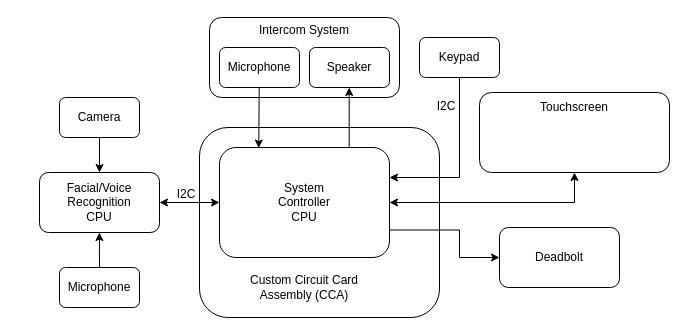
Above: Untitled Diagram.drawio in zachJackovich/senior-design-top-level (draw.io), before the change. Source tidied: cells renumbered, new cells numbered last; positions are measured from the earlier drawing's top-left corner, leaving out a move shared by most shapes. Both pictures are drawn from the tidied source at 100%, with x=0, y=0 at pixel (39, 17).
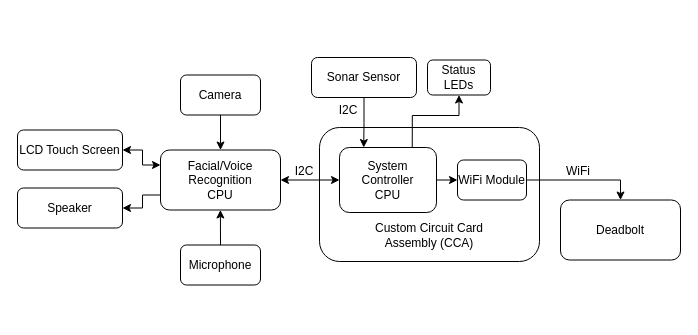
After the change.

Diff of the diagram source:
```diff
@@
+    <mxCell id="26" style="edgeStyle=orthogonalEdgeStyle;rounded=0;jettySize=auto;html=1;entryX=0;entryY=0.25;entryDx=0;entryDy=0;startArrow=classic;startFill=1;endArrow=classic;endFill=1;" parent="1" edge="1" source="24" target="5">
+      <mxGeometry relative="1" as="geometry" />
+    </mxCell>
+    <mxCell id="24" value="LCD Touch Screen" style="rounded=1;whiteSpace=wrap;html=1;" parent="1" vertex="1">
+      <mxGeometry x="-22" y="112.5" width="105" height="40" as="geometry" />
+    </mxCell>
     <mxCell id="2" style="rounded=1;whiteSpace=wrap;html=1;" parent="1" vertex="1">
-      <mxGeometry x="160" y="110" width="240" height="190" as="geometry" />
+      <mxGeometry x="280" y="110" width="220" height="134" as="geometry" />
     </mxCell>
+    <mxCell id="27" style="edgeStyle=orthogonalEdgeStyle;rounded=0;jettySize=auto;html=1;exitX=0.75;exitY=0;exitDx=0;exitDy=0;entryX=0.5;entryY=1;entryDx=0;entryDy=0;startArrow=none;startFill=0;endArrow=classic;endFill=1;" parent="1" edge="1" source="3" target="30">
+      <mxGeometry relative="1" as="geometry">
+        <Array as="points">
+          <mxPoint x="373" y="98" />
+          <mxPoint x="420" y="98" />
+        </Array>
+      </mxGeometry>
+    </mxCell>
+    <mxCell id="28" style="edgeStyle=orthogonalEdgeStyle;rounded=0;jettySize=auto;html=1;exitX=1;exitY=0.5;exitDx=0;exitDy=0;entryX=0;entryY=0.5;entryDx=0;entryDy=0;startArrow=none;startFill=0;endArrow=classic;endFill=1;" parent="1" edge="1" source="3" target="35">
+      <mxGeometry relative="1" as="geometry" />
+    </mxCell>
     <mxCell id="3" value="&lt;div&gt;System&lt;/div&gt;&lt;div&gt;Controller&lt;/div&gt;&lt;div&gt;CPU&lt;br&gt;&lt;/div&gt;" style="rounded=1;whiteSpace=wrap;html=1;" parent="1" vertex="1">
-      <mxGeometry x="180" y="130" width="170" height="110" as="geometry" />
+      <mxGeometry x="300" y="130" width="97" height="65" as="geometry" />
     </mxCell>
     <mxCell id="4" value="Custom Circuit Card Assembly (CCA)" style="text;html=1;strokeColor=none;fillColor=none;align=center;verticalAlign=middle;whiteSpace=wrap;rounded=0;" parent="1" vertex="1">
-      <mxGeometry x="190" y="260" width="150" height="20" as="geometry" />
+      <mxGeometry x="315" y="207.5" width="150" height="20" as="geometry" />
     </mxCell>
     <mxCell id="5" value="&lt;div&gt;Facial/Voice Recognition&lt;/div&gt;&lt;div&gt;CPU&lt;/div&gt;" style="rounded=1;whiteSpace=wrap;html=1;" parent="1" vertex="1">
-      <mxGeometry y="155" width="120" height="60" as="geometry" />
+      <mxGeometry x="121" y="132.5" width="120" height="60" as="geometry" />
     </mxCell>
     <mxCell id="6" value="Camera" style="rounded=1;whiteSpace=wrap;html=1;" parent="1" vertex="1">
-      <mxGeometry x="20" y="80" width="80" height="40" as="geometry" />
+      <mxGeometry x="141" y="57.5" width="80" height="40" as="geometry" />
     </mxCell>
     <mxCell id="7" value="Microphone" style="rounded=1;whiteSpace=wrap;html=1;" parent="1" vertex="1">
-      <mxGeometry x="20" y="250" width="80" height="40" as="geometry" />
+      <mxGeometry x="141" y="227.5" width="80" height="40" as="geometry" />
     </mxCell>
     <mxCell id="8" style="endArrow=classic;html=1;" parent="1" edge="1">
       <mxGeometry relative="1" as="geometry">
-        <mxPoint x="60" y="250" as="sourcePoint" />
-        <mxPoint x="59.9" y="215" as="targetPoint" />
+        <mxPoint x="181" y="227.5" as="sourcePoint" />
+        <mxPoint x="180.9" y="192.5" as="targetPoint" />
       </mxGeometry>
     </mxCell>
     <mxCell id="9" style="endArrow=classic;html=1;entryX=0.5;entryY=0;entryDx=0;entryDy=0;" parent="1" edge="1" target="5">
       <mxGeometry relative="1" as="geometry">
-        <mxPoint x="60" y="120" as="sourcePoint" />
+        <mxPoint x="181" y="97.5" as="sourcePoint" />
       </mxGeometry>
     </mxCell>
@@
-    <mxCell id="11" style="rounded=1;whiteSpace=wrap;html=1;" parent="1" vertex="1">
-      <mxGeometry x="170" width="190" height="80" as="geometry" />
-    </mxCell>
-    <mxCell id="12" value="Microphone" style="rounded=1;whiteSpace=wrap;html=1;" parent="1" vertex="1">
-      <mxGeometry x="180" y="30" width="80" height="40" as="geometry" />
-    </mxCell>
+    <mxCell id="19" value="I2C" style="text;html=1;strokeColor=none;fillColor=none;align=center;verticalAlign=middle;whiteSpace=wrap;rounded=0;" parent="1" vertex="1">
+      <mxGeometry x="245" y="143.5" width="40" height="20" as="geometry" />
+    </mxCell>
+    <mxCell id="22" value="Deadbolt" style="rounded=1;whiteSpace=wrap;html=1;" parent="1" vertex="1">
+      <mxGeometry x="521" y="182.5" width="120" height="60" as="geometry" />
+    </mxCell>
+    <mxCell id="29" value="WiFi" style="text;html=1;strokeColor=none;fillColor=none;align=center;verticalAlign=middle;whiteSpace=wrap;rounded=0;" parent="1" vertex="1">
+      <mxGeometry x="519" y="143.5" width="40" height="20" as="geometry" />
+    </mxCell>
+    <mxCell id="30" value="Status LEDs" style="rounded=1;whiteSpace=wrap;html=1;" parent="1" vertex="1">
+      <mxGeometry x="388" y="42.5" width="63" height="35" as="geometry" />
+    </mxCell>
+    <mxCell id="31" style="edgeStyle=orthogonalEdgeStyle;rounded=0;jettySize=auto;html=1;entryX=0.25;entryY=0;entryDx=0;entryDy=0;startArrow=none;startFill=0;endArrow=classic;endFill=1;" parent="1" edge="1" source="32" target="3">
+      <mxGeometry relative="1" as="geometry" />
+    </mxCell>
+    <mxCell id="32" value="Sonar Sensor" style="rounded=1;whiteSpace=wrap;html=1;" parent="1" vertex="1">
+      <mxGeometry x="272" y="40" width="105" height="40" as="geometry" />
+    </mxCell>
+    <mxCell id="20" value="I2C" style="text;html=1;strokeColor=none;fillColor=none;align=center;verticalAlign=middle;whiteSpace=wrap;rounded=0;" parent="1" vertex="1">
+      <mxGeometry x="289" y="83" width="40" height="20" as="geometry" />
+    </mxCell>
+    <mxCell id="33" style="edgeStyle=orthogonalEdgeStyle;rounded=0;jettySize=auto;html=1;entryX=0;entryY=0.75;entryDx=0;entryDy=0;startArrow=classic;startFill=1;endArrow=none;endFill=0;" parent="1" edge="1" source="13" target="5">
+      <mxGeometry relative="1" as="geometry" />
+    </mxCell>
     <mxCell id="13" value="Speaker" style="rounded=1;whiteSpace=wrap;html=1;" parent="1" vertex="1">
-      <mxGeometry x="270" y="30" width="80" height="40" as="geometry" />
+      <mxGeometry x="-22" y="170.5" width="105" height="40" as="geometry" />
     </mxCell>
-    <mxCell id="14" value="Intercom System" style="text;html=1;strokeColor=none;fillColor=none;align=center;verticalAlign=middle;whiteSpace=wrap;rounded=0;" parent="1" vertex="1">
-      <mxGeometry x="190" y="3" width="150" height="20" as="geometry" />
-    </mxCell>
-    <mxCell id="15" style="endArrow=classic;html=1;" parent="1" edge="1">
-      <mxGeometry relative="1" as="geometry">
-        <mxPoint x="309.7" y="130" as="sourcePoint" />
-        <mxPoint x="309.7" y="70" as="targetPoint" />
-      </mxGeometry>
-    </mxCell>
-    <mxCell id="16" style="endArrow=classic;html=1;entryX=0.231;entryY=0.005;entryDx=0;entryDy=0;entryPerimeter=0;" parent="1" edge="1" target="3">
-      <mxGeometry relative="1" as="geometry">
-        <mxPoint x="219.7" y="70" as="sourcePoint" />
-      </mxGeometry>
-    </mxCell>
-    <mxCell id="17" style="edgeStyle=orthogonalEdgeStyle;rounded=0;jettySize=auto;html=1;" parent="1" edge="1" source="18">
-      <mxGeometry relative="1" as="geometry">
-        <mxPoint x="350" y="160" as="targetPoint" />
-        <Array as="points">
-          <mxPoint x="420" y="160" />
-        </Array>
-      </mxGeometry>
-    </mxCell>
-    <mxCell id="18" value="Keypad" style="rounded=1;whiteSpace=wrap;html=1;" parent="1" vertex="1">
-      <mxGeometry x="380" y="20" width="80" height="40" as="geometry" />
-    </mxCell>
-    <mxCell id="19" value="I2C" style="text;html=1;strokeColor=none;fillColor=none;align=center;verticalAlign=middle;whiteSpace=wrap;rounded=0;" parent="1" vertex="1">
-      <mxGeometry x="127" y="167" width="40" height="20" as="geometry" />
-    </mxCell>
-    <mxCell id="20" value="I2C" style="text;html=1;strokeColor=none;fillColor=none;align=center;verticalAlign=middle;whiteSpace=wrap;rounded=0;" parent="1" vertex="1">
-      <mxGeometry x="387" y="79" width="40" height="20" as="geometry" />
-    </mxCell>
-    <mxCell id="21" style="edgeStyle=orthogonalEdgeStyle;rounded=0;jettySize=auto;html=1;entryX=1;entryY=0.75;entryDx=0;entryDy=0;exitX=0;exitY=0.5;exitDx=0;exitDy=0;startArrow=classic;startFill=1;endArrow=none;endFill=0;" parent="1" edge="1" source="22" target="3">
-      <mxGeometry relative="1" as="geometry">
-        <Array as="points">
-          <mxPoint x="420" y="240" />
-          <mxPoint x="420" y="212" />
-        </Array>
-      </mxGeometry>
-    </mxCell>
-    <mxCell id="22" value="Deadbolt" style="rounded=1;whiteSpace=wrap;html=1;" parent="1" vertex="1">
-      <mxGeometry x="460" y="210" width="120" height="60" as="geometry" />
-    </mxCell>
-    <mxCell id="23" style="edgeStyle=orthogonalEdgeStyle;rounded=0;jettySize=auto;html=1;entryX=1;entryY=0.5;entryDx=0;entryDy=0;exitX=0.5;exitY=1;exitDx=0;exitDy=0;startArrow=classic;startFill=1;" parent="1" edge="1" source="24" target="3">
-      <mxGeometry relative="1" as="geometry" />
-    </mxCell>
-    <mxCell id="24" style="rounded=1;whiteSpace=wrap;html=1;" parent="1" vertex="1">
-      <mxGeometry x="440" y="75" width="190" height="80" as="geometry" />
-    </mxCell>
-    <mxCell id="25" value="Touchscreen" style="text;html=1;strokeColor=none;fillColor=none;align=center;verticalAlign=middle;whiteSpace=wrap;rounded=0;" parent="1" vertex="1">
-      <mxGeometry x="460" y="80" width="150" height="20" as="geometry" />
-    </mxCell>
+    <mxCell id="34" style="edgeStyle=orthogonalEdgeStyle;rounded=0;jettySize=auto;html=1;exitX=1;exitY=0.5;exitDx=0;exitDy=0;entryX=0.5;entryY=0;entryDx=0;entryDy=0;startArrow=none;startFill=0;endArrow=classic;endFill=1;" parent="1" edge="1" source="35" target="22">
+      <mxGeometry relative="1" as="geometry" />
+    </mxCell>
+    <mxCell id="35" value="WiFi Module" style="rounded=1;whiteSpace=wrap;html=1;" parent="1" vertex="1">
+      <mxGeometry x="418" y="142.5" width="69" height="40" as="geometry" />
+    </mxCell>
+    <mxCell id="36" style="edgeStyle=orthogonalEdgeStyle;rounded=0;orthogonalLoop=1;jettySize=auto;html=1;exitX=0.5;exitY=1;exitDx=0;exitDy=0;startArrow=none;startFill=0;endArrow=classic;endFill=1;" parent="1" edge="1" source="2" target="2">
+      <mxGeometry relative="1" as="geometry" />
+    </mxCell>
```
